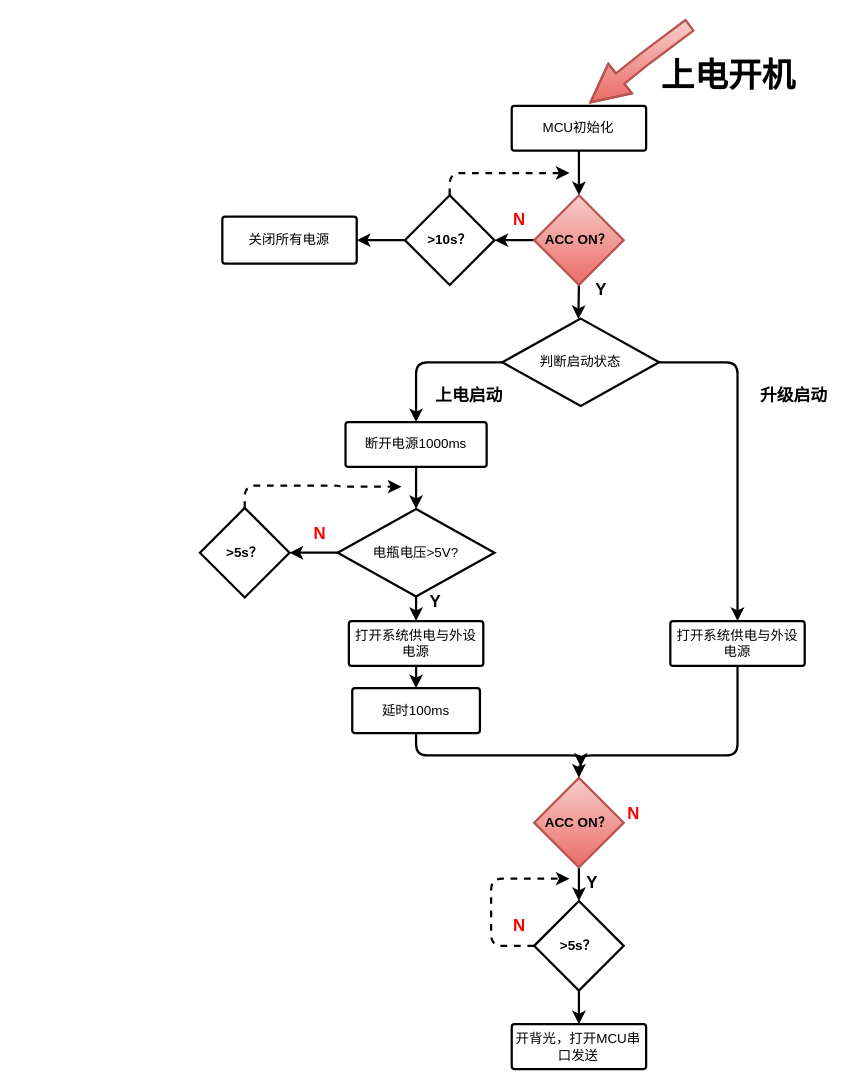
Earlier version of the draw.io diagram page "第 1 页" (1 of 2) of X1_PowerManage.drawio (yintianlan/Picture_Draw). Source tidied: cells renumbered, new cells numbered last; positions are measured from the earlier drawing's top-left corner, leaving out a move shared by most shapes. Both pictures are drawn from the tidied source at 112%, with x=0, y=0 at pixel (199, 25).
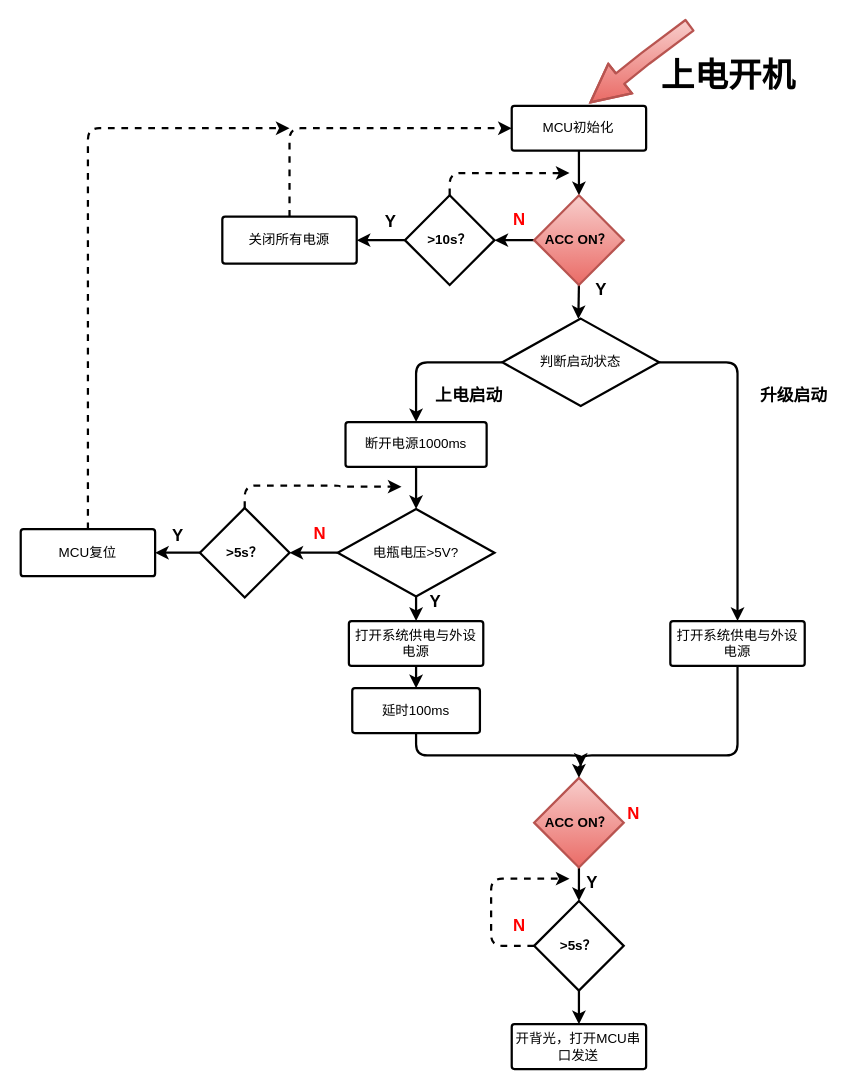
After the change.

The change refers to these unchanged cells:
```xml
<mxCell id="4" value="MCU初始化" style="strokeWidth=2;html=1;shape=mxgraph.flowchart.process;whiteSpace=wrap;fontFamily=Helvetica;align=center;" parent="1" vertex="1">
  <mxGeometry x="278.4" y="72" width="120" height="40" as="geometry" />
</mxCell>
<mxCell id="11" value="关闭所有电源" style="strokeWidth=2;html=1;shape=mxgraph.flowchart.process;whiteSpace=wrap;fillColor=none;fontFamily=Helvetica;align=center;strokeColor=#000000;" parent="1" vertex="1">
  <mxGeometry x="20" y="170.9" width="120" height="42" as="geometry" />
</mxCell>
<mxCell id="30" value="&lt;b&gt;&amp;gt;5s？&lt;/b&gt;" style="rhombus;whiteSpace=wrap;html=1;strokeWidth=2;fontFamily=Helvetica;align=center;" parent="1" vertex="1">
  <mxGeometry y="431" width="80" height="80" as="geometry" />
</mxCell>
```

The edit, as a diff of the source:
```diff
@@
+    <mxCell id="44" style="edgeStyle=orthogonalEdgeStyle;rounded=1;jettySize=auto;html=1;exitX=0.5;exitY=0;exitDx=0;exitDy=0;exitPerimeter=0;entryX=0;entryY=0.5;entryDx=0;entryDy=0;entryPerimeter=0;strokeWidth=2;dashed=1;" parent="1" edge="1" source="11" target="4">
+      <mxGeometry relative="1" as="geometry" />
+    </mxCell>
@@
+    <mxCell id="45" style="edgeStyle=orthogonalEdgeStyle;rounded=1;jettySize=auto;html=1;exitX=0;exitY=0.5;exitDx=0;exitDy=0;strokeWidth=2;entryX=1;entryY=0.5;entryDx=0;entryDy=0;entryPerimeter=0;" parent="1" edge="1" source="30" target="47">
+      <mxGeometry relative="1" as="geometry" />
+    </mxCell>
@@
+    <mxCell id="46" style="edgeStyle=orthogonalEdgeStyle;rounded=1;jettySize=auto;html=1;exitX=0.5;exitY=0;exitDx=0;exitDy=0;exitPerimeter=0;strokeWidth=2;dashed=1;" parent="1" edge="1" source="47">
+      <mxGeometry relative="1" as="geometry">
+        <mxPoint x="80" y="92" as="targetPoint" />
+        <Array as="points">
+          <mxPoint x="-100" y="92" />
+        </Array>
+      </mxGeometry>
+    </mxCell>
+    <mxCell id="47" value="MCU复位" style="strokeWidth=2;html=1;shape=mxgraph.flowchart.process;whiteSpace=wrap;fillColor=none;fontFamily=Helvetica;align=center;strokeColor=#000000;" parent="1" vertex="1">
+      <mxGeometry x="-160" y="450" width="120" height="42" as="geometry" />
+    </mxCell>
+    <mxCell id="48" value="Y" style="text;html=1;align=center;verticalAlign=middle;spacingTop=-4;fontFamily=Helvetica;labelPosition=center;verticalLabelPosition=middle;strokeWidth=2;fontSize=15;fontStyle=1;" parent="1" vertex="1">
+      <mxGeometry x="160" y="171.9" width="20" height="10" as="geometry" />
+    </mxCell>
+    <mxCell id="49" value="Y" style="text;html=1;align=center;verticalAlign=middle;spacingTop=-4;fontFamily=Helvetica;labelPosition=center;verticalLabelPosition=middle;strokeWidth=2;fontSize=15;fontStyle=1;" parent="1" vertex="1">
+      <mxGeometry x="-30" y="452" width="20" height="10" as="geometry" />
+    </mxCell>
```
